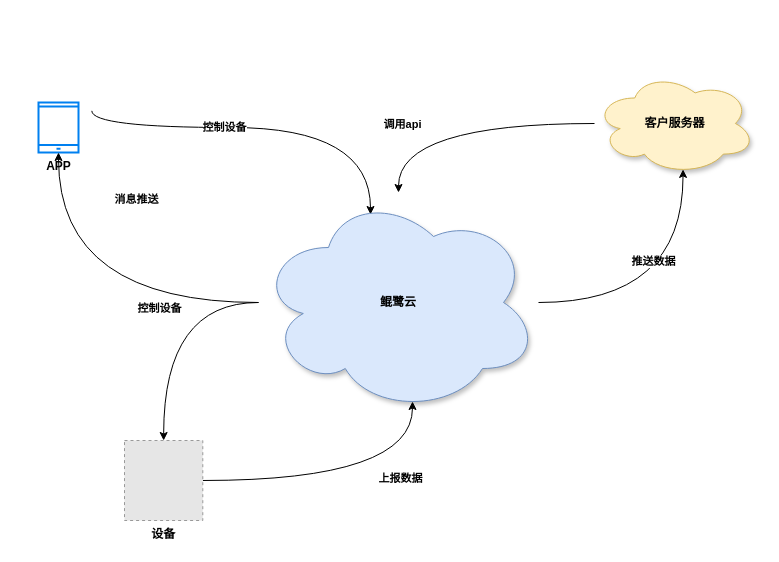
This is cloud_open.drawio from jimmy0/chart, a draw.io file, before an edit. Source tidied: cells renumbered, new cells numbered last; positions are measured from the earlier drawing's top-left corner, leaving out a move shared by most shapes. Both pictures are drawn from the tidied source at 100%, with x=0, y=0 at pixel (38, 72). Pictures stored in the file or linked from it are replaced by grey dashed boxes.
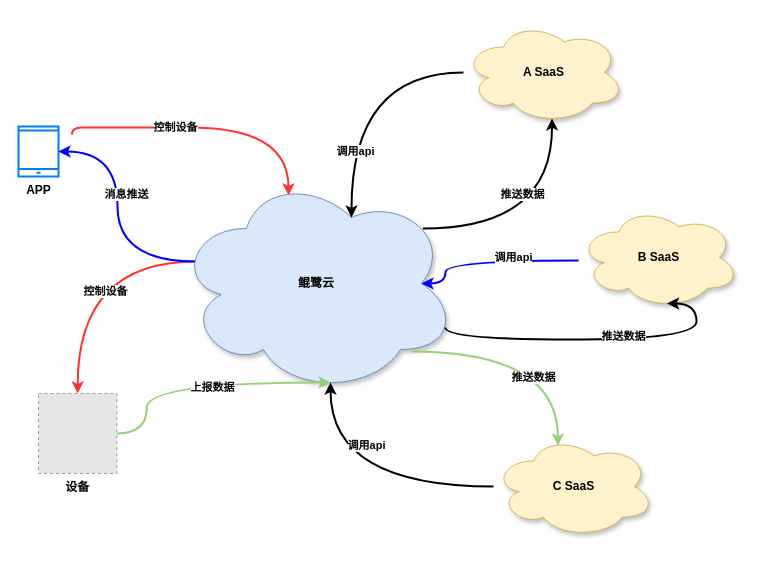
After the change.

Change to the diagram source:
```diff
@@
-    <mxCell id="2" style="edgeStyle=orthogonalEdgeStyle;rounded=0;jettySize=auto;html=1;entryX=0.4;entryY=0.1;entryDx=0;entryDy=0;entryPerimeter=0;exitX=1.333;exitY=0.167;exitDx=0;exitDy=0;exitPerimeter=0;curved=1;fontStyle=1;" parent="1" edge="1" source="4" target="11">
+    <mxCell id="2" style="edgeStyle=orthogonalEdgeStyle;rounded=0;jettySize=auto;html=1;entryX=0.4;entryY=0.1;entryDx=0;entryDy=0;entryPerimeter=0;exitX=1.333;exitY=0.167;exitDx=0;exitDy=0;exitPerimeter=0;curved=1;fontStyle=1;strokeWidth=2;strokeColor=#FF3333;" parent="1" edge="1" source="4" target="11">
       <mxGeometry relative="1" as="geometry">
         <Array as="points">
           <mxPoint x="53" y="55" />
           <mxPoint x="332" y="55" />
         </Array>
       </mxGeometry>
     </mxCell>
@@
     <mxCell id="4" value="APP" style="html=1;verticalLabelPosition=bottom;align=center;labelBackgroundColor=#ffffff;verticalAlign=top;strokeWidth=2;strokeColor=#0080F0;shadow=0;dashed=0;shape=mxgraph.ios7.icons.smartphone;fontStyle=1;" parent="1" vertex="1">
-      <mxGeometry y="30" width="40" height="50" as="geometry" />
+      <mxGeometry x="-20" y="54" width="40" height="50" as="geometry" />
     </mxCell>
-    <mxCell id="5" style="edgeStyle=orthogonalEdgeStyle;rounded=0;jettySize=auto;html=1;entryX=0.55;entryY=0.95;entryDx=0;entryDy=0;entryPerimeter=0;elbow=vertical;curved=1;fontStyle=1;" parent="1" edge="1" source="11" target="14">
+    <mxCell id="5" style="edgeStyle=orthogonalEdgeStyle;rounded=0;jettySize=auto;html=1;entryX=0.55;entryY=0.95;entryDx=0;entryDy=0;entryPerimeter=0;elbow=vertical;curved=1;fontStyle=1;exitX=0.88;exitY=0.25;exitDx=0;exitDy=0;exitPerimeter=0;strokeWidth=2;" parent="1" edge="1" source="11" target="14">
       <mxGeometry relative="1" as="geometry" />
     </mxCell>
@@
-    <mxCell id="7" style="edgeStyle=orthogonalEdgeStyle;rounded=0;jettySize=auto;html=1;curved=1;entryX=0.5;entryY=0;entryDx=0;entryDy=0;fontStyle=1;" parent="1" edge="1" source="11" target="17">
+    <mxCell id="7" style="edgeStyle=orthogonalEdgeStyle;rounded=0;jettySize=auto;html=1;curved=1;entryX=0.5;entryY=0;entryDx=0;entryDy=0;fontStyle=1;exitX=0.07;exitY=0.4;exitDx=0;exitDy=0;exitPerimeter=0;strokeWidth=2;strokeColor=#FF3333;" parent="1" edge="1" source="11" target="17">
       <mxGeometry relative="1" as="geometry" />
     </mxCell>
     <mxCell id="8" value="控制设备" style="edgeLabel;html=1;align=center;verticalAlign=middle;fontStyle=1;" parent="7" vertex="1">
       <mxGeometry x="-0.21" y="-4" relative="1" as="geometry">
-        <mxPoint x="-8" y="9" as="offset" />
+        <mxPoint x="8" y="33" as="offset" />
       </mxGeometry>
     </mxCell>
-    <mxCell id="9" style="edgeStyle=orthogonalEdgeStyle;rounded=0;jettySize=auto;html=1;curved=1;fontStyle=1;" parent="1" edge="1" source="11" target="4">
+    <mxCell id="9" style="edgeStyle=orthogonalEdgeStyle;rounded=0;jettySize=auto;html=1;curved=1;fontStyle=1;exitX=0.07;exitY=0.4;exitDx=0;exitDy=0;exitPerimeter=0;strokeWidth=2;strokeColor=#0000FF;" parent="1" edge="1" source="11" target="4">
       <mxGeometry relative="1" as="geometry" />
     </mxCell>
     <mxCell id="10" value="消息推送" style="edgeLabel;html=1;align=center;verticalAlign=middle;fontStyle=1;" parent="9" vertex="1">
       <mxGeometry x="-0.25" y="-2" relative="1" as="geometry">
-        <mxPoint x="8" y="-102" as="offset" />
+        <mxPoint x="6" y="-53" as="offset" />
       </mxGeometry>
     </mxCell>
     <mxCell id="11" value="鲲鹭云" style="ellipse;shape=cloud;whiteSpace=wrap;html=1;fillColor=#dae8fc;strokeColor=#6c8ebf;shadow=1;fontStyle=1;" parent="1" vertex="1">
-      <mxGeometry x="220" y="120" width="280" height="220" as="geometry" />
+      <mxGeometry x="138" y="101" width="280" height="220" as="geometry" />
     </mxCell>
-    <mxCell id="12" style="rounded=0;jettySize=auto;html=1;edgeStyle=orthogonalEdgeStyle;curved=1;fontStyle=1;" parent="1" edge="1" source="14" target="11">
+    <mxCell id="12" style="rounded=0;jettySize=auto;html=1;edgeStyle=orthogonalEdgeStyle;curved=1;fontStyle=1;entryX=0.625;entryY=0.2;entryDx=0;entryDy=0;entryPerimeter=0;strokeWidth=2;" parent="1" edge="1" source="14" target="11">
       <mxGeometry relative="1" as="geometry" />
     </mxCell>
@@
-    <mxCell id="14" value="客户服务器" style="ellipse;shape=cloud;whiteSpace=wrap;html=1;fillColor=#fff2cc;strokeColor=#d6b656;shadow=1;fontStyle=1;" parent="1" vertex="1">
-      <mxGeometry x="556" width="161" height="102" as="geometry" />
+    <mxCell id="14" value="A SaaS" style="ellipse;shape=cloud;whiteSpace=wrap;html=1;fillColor=#fff2cc;strokeColor=#d6b656;shadow=1;fontStyle=1;" parent="1" vertex="1">
+      <mxGeometry x="425" y="-51" width="161" height="102" as="geometry" />
     </mxCell>
-    <mxCell id="15" style="edgeStyle=orthogonalEdgeStyle;rounded=0;jettySize=auto;html=1;entryX=0.55;entryY=0.95;entryDx=0;entryDy=0;entryPerimeter=0;curved=1;fontStyle=1;" parent="1" edge="1" source="17" target="11">
+    <mxCell id="15" style="edgeStyle=orthogonalEdgeStyle;rounded=0;jettySize=auto;html=1;entryX=0.55;entryY=0.95;entryDx=0;entryDy=0;entryPerimeter=0;curved=1;fontStyle=1;strokeColor=#97D077;strokeWidth=2;" parent="1" edge="1" source="17" target="11">
       <mxGeometry relative="1" as="geometry" />
     </mxCell>
     <mxCell id="16" value="上报数据" style="edgeLabel;html=1;align=center;verticalAlign=middle;fontStyle=1;" parent="15" vertex="1">
       <mxGeometry x="0.36" y="3" relative="1" as="geometry">
-        <mxPoint x="1" as="offset" />
+        <mxPoint x="-34" y="7" as="offset" />
       </mxGeometry>
     </mxCell>
     <mxCell id="17" value="设备" style="fillColor=#E6E6E6;strokeColor=#999999;dashed=1;verticalLabelPosition=bottom;labelBackgroundColor=#ffffff;verticalAlign=top;fontStyle=1;" parent="1" vertex="1">
-      <mxGeometry x="86" y="368" width="78.3" height="80" as="geometry" />
+      <mxGeometry y="321" width="78.3" height="80" as="geometry" />
     </mxCell>
+    <mxCell id="18" value="B SaaS" style="ellipse;shape=cloud;whiteSpace=wrap;html=1;fillColor=#fff2cc;strokeColor=#d6b656;shadow=1;fontStyle=1;" parent="1" vertex="1">
+      <mxGeometry x="540" y="134" width="161" height="102" as="geometry" />
+    </mxCell>
+    <mxCell id="19" style="edgeStyle=orthogonalEdgeStyle;rounded=0;jettySize=auto;html=1;entryX=0.55;entryY=0.95;entryDx=0;entryDy=0;entryPerimeter=0;elbow=vertical;curved=1;fontStyle=1;exitX=0.96;exitY=0.7;exitDx=0;exitDy=0;exitPerimeter=0;strokeWidth=2;" parent="1" edge="1" source="11" target="18">
+      <mxGeometry relative="1" as="geometry">
+        <Array as="points">
+          <mxPoint x="658" y="267" />
+        </Array>
+      </mxGeometry>
+    </mxCell>
+    <mxCell id="20" value="推送数据" style="edgeLabel;html=1;align=center;verticalAlign=middle;fontStyle=1;" parent="19" vertex="1">
+      <mxGeometry x="0.12" y="-1" relative="1" as="geometry">
+        <mxPoint x="6" y="-5" as="offset" />
+      </mxGeometry>
+    </mxCell>
+    <mxCell id="21" style="rounded=0;jettySize=auto;html=1;edgeStyle=orthogonalEdgeStyle;curved=1;fontStyle=1;entryX=0.875;entryY=0.5;entryDx=0;entryDy=0;entryPerimeter=0;strokeWidth=2;strokeColor=#0000FF;" parent="1" edge="1" source="18" target="11">
+      <mxGeometry relative="1" as="geometry">
+        <Array as="points">
+          <mxPoint x="407" y="188" />
+        </Array>
+      </mxGeometry>
+    </mxCell>
+    <mxCell id="22" value="调用api" style="edgeLabel;html=1;align=center;verticalAlign=middle;fontStyle=1;" parent="21" vertex="1">
+      <mxGeometry x="0.48" y="3" relative="1" as="geometry">
+        <mxPoint x="64" y="-3" as="offset" />
+      </mxGeometry>
+    </mxCell>
+    <mxCell id="23" style="rounded=0;jettySize=auto;html=1;edgeStyle=orthogonalEdgeStyle;curved=1;fontStyle=1;entryX=0.55;entryY=0.95;entryDx=0;entryDy=0;entryPerimeter=0;strokeWidth=2;" parent="1" edge="1" source="25" target="11">
+      <mxGeometry relative="1" as="geometry" />
+    </mxCell>
+    <mxCell id="24" value="调用api" style="edgeLabel;html=1;align=center;verticalAlign=middle;fontStyle=1;" parent="23" vertex="1">
+      <mxGeometry x="0.48" y="3" relative="1" as="geometry">
+        <mxPoint x="38" y="-7" as="offset" />
+      </mxGeometry>
+    </mxCell>
+    <mxCell id="25" value="C SaaS" style="ellipse;shape=cloud;whiteSpace=wrap;html=1;fillColor=#fff2cc;strokeColor=#d6b656;shadow=1;fontStyle=1;" parent="1" vertex="1">
+      <mxGeometry x="455" y="363" width="161" height="102" as="geometry" />
+    </mxCell>
+    <mxCell id="26" style="edgeStyle=orthogonalEdgeStyle;rounded=0;jettySize=auto;html=1;entryX=0.4;entryY=0.1;entryDx=0;entryDy=0;entryPerimeter=0;elbow=vertical;curved=1;fontStyle=1;exitX=0.839;exitY=0.809;exitDx=0;exitDy=0;exitPerimeter=0;strokeColor=#97D077;strokeWidth=2;" parent="1" edge="1" source="11" target="25">
+      <mxGeometry relative="1" as="geometry" />
+    </mxCell>
+    <mxCell id="27" value="推送数据" style="edgeLabel;html=1;align=center;verticalAlign=middle;fontStyle=1;" parent="26" vertex="1">
+      <mxGeometry x="0.12" y="-1" relative="1" as="geometry">
+        <mxPoint x="-13" y="25" as="offset" />
+      </mxGeometry>
+    </mxCell>
```
